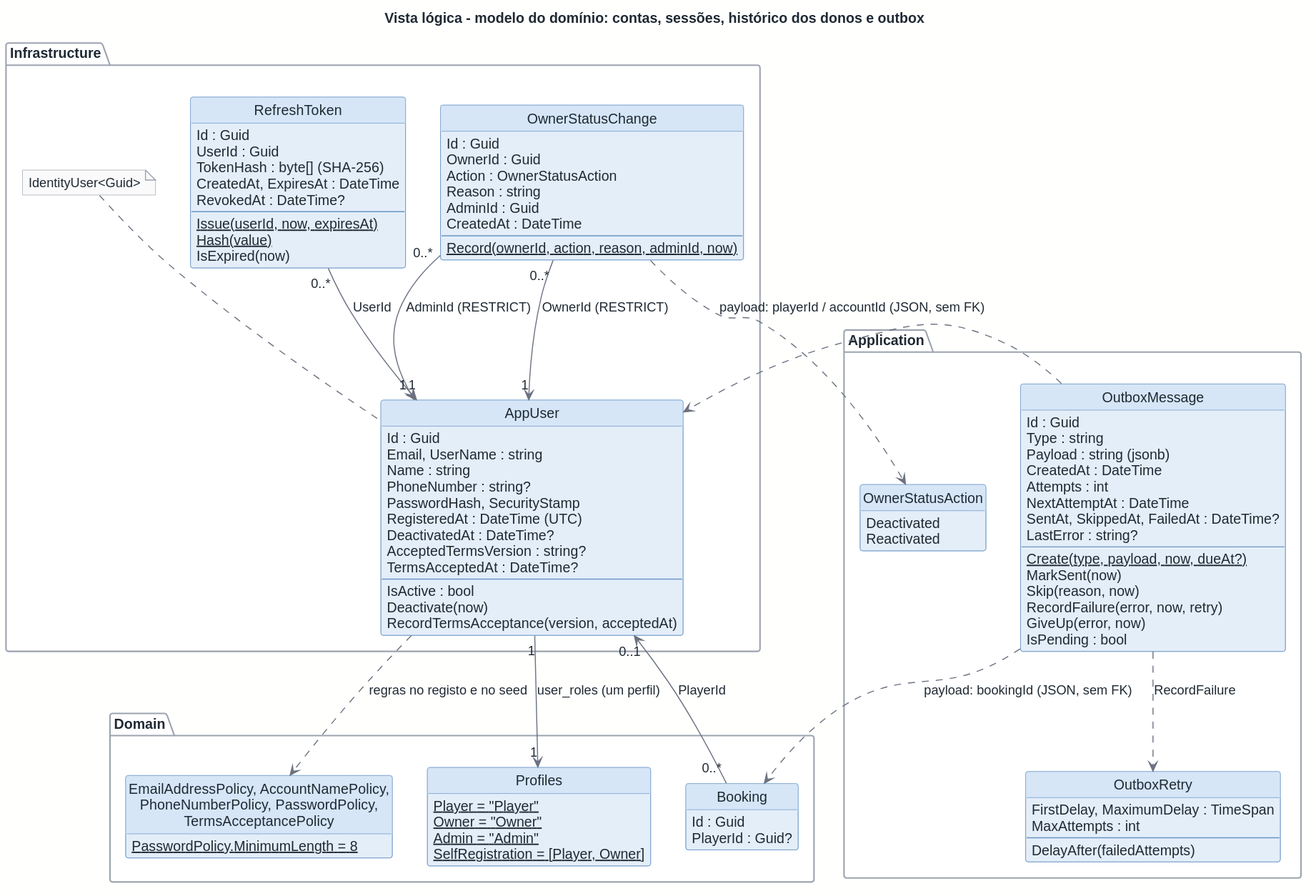
Earlier version of the PlantUML export docs/architecture/out/logical-domain-accounts.svg (rodrigo4sousa/SportsEstablishments).
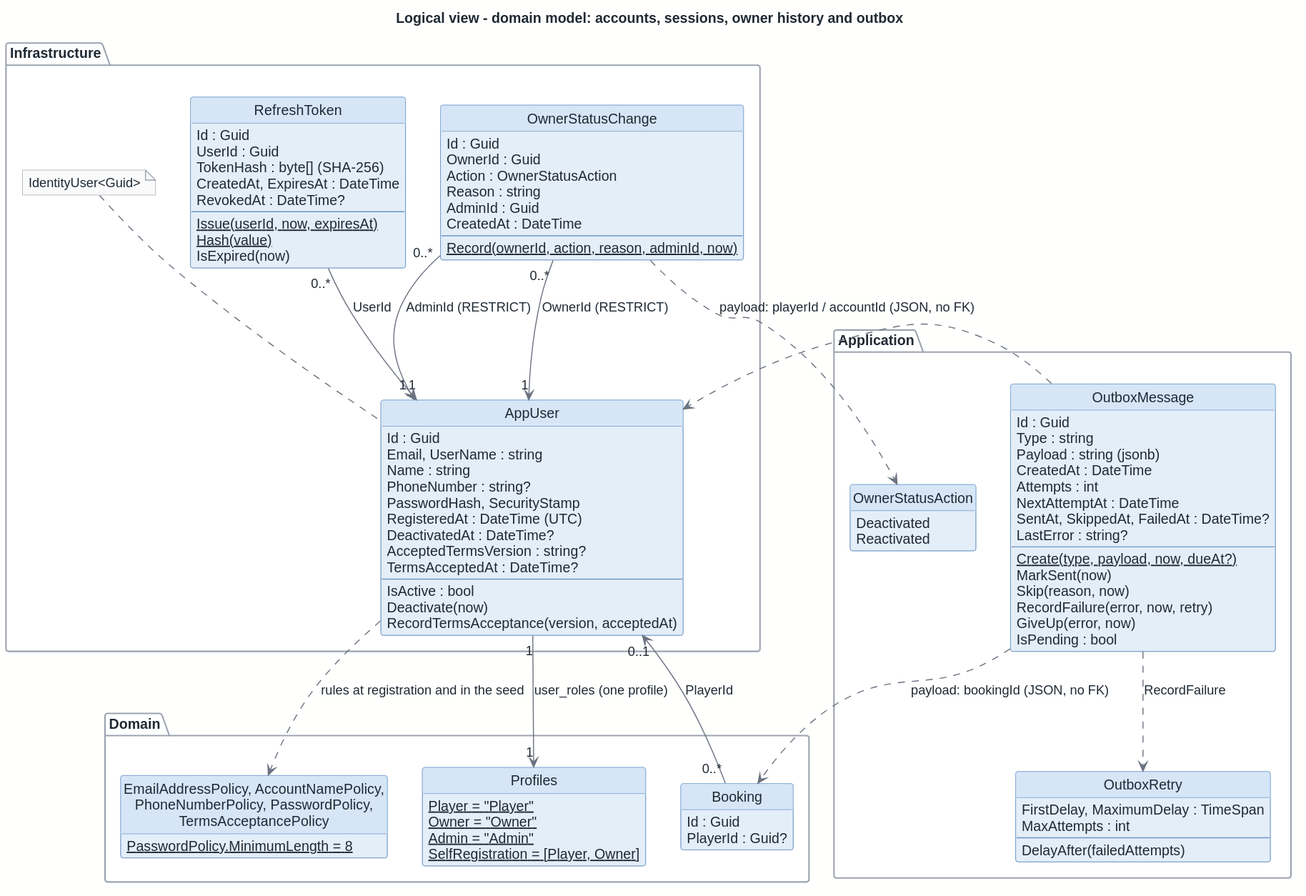
Above is the later version.

Change to the diagram source:
```diff
@@ -1,6 +1,6 @@
 @startuml
 !include ../style.puml
-title Vista lógica - modelo do domínio: contas, sessões, histórico dos donos e outbox
+title Logical view - domain model: accounts, sessions, owner history and outbox
 
 hide empty members
 
@@ -94,14 +94,14 @@
   }
 }
 
-D_USER "1" --> "1" D_POLICIES_Profiles : user_roles (um perfil)
-D_USER ..> D_POLICIES : regras no registo e no seed
+D_USER "1" --> "1" D_POLICIES_Profiles : user_roles (one profile)
+D_USER ..> D_POLICIES : rules at registration and in the seed
 D_REFRESH "0..*" --> "1" D_USER : UserId
 D_STATUSCHG "0..*" --> "1" D_USER : OwnerId (RESTRICT)
 D_STATUSCHG "0..*" --> "1" D_USER : AdminId (RESTRICT)
 D_STATUSCHG ..> D_STATUSCHG_OwnerStatusAction
 D_BOOKING "0..*" --> "0..1" D_USER : PlayerId
 D_OUTBOX ..> D_OUTBOX_OutboxRetry : RecordFailure
-D_OUTBOX ..> D_BOOKING : payload: bookingId (JSON, sem FK)
-D_OUTBOX ..> D_USER : payload: playerId / accountId (JSON, sem FK)
+D_OUTBOX ..> D_BOOKING : payload: bookingId (JSON, no FK)
+D_OUTBOX ..> D_USER : payload: playerId / accountId (JSON, no FK)
 @enduml
```
